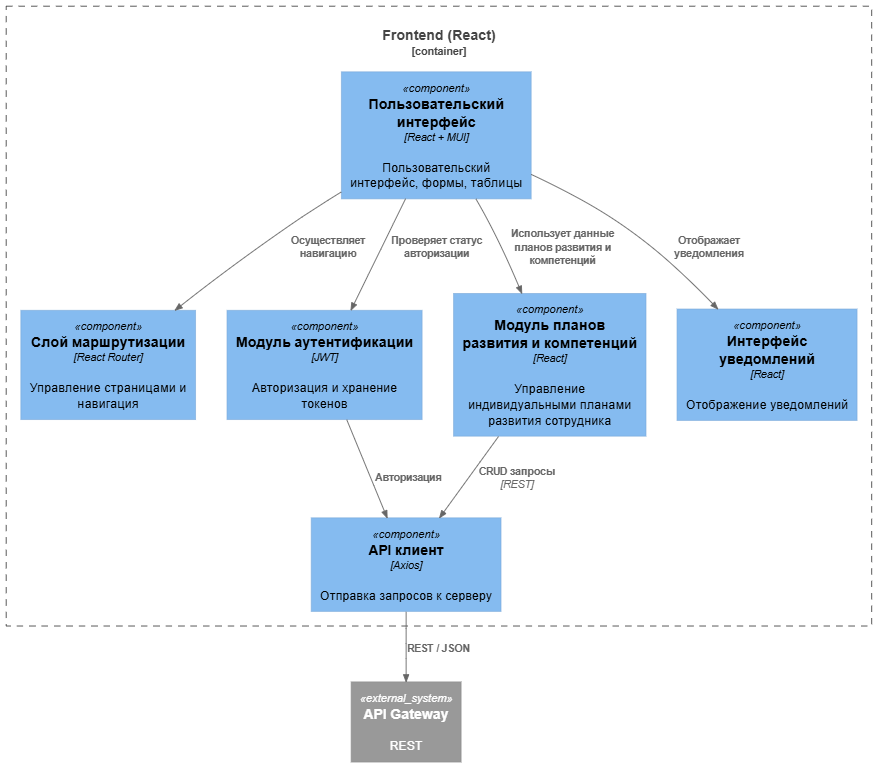
Above: Lab Work №2/docs/component.png in EugenMusihin/egmusikhin-arch-system (PlantUML), before the change. Its source is kept beside it as Lab Work №2/src/component.puml. Source of this version:
```plantuml
@startuml
!includeurl https://raw.githubusercontent.com/plantuml-stdlib/C4-PlantUML/master/C4_Component.puml

Container_Boundary(frontend, "Frontend (React)") {

  Component(ui, "Пользовательский интерфейс", "React + MUI", "Пользовательский интерфейс, формы, таблицы")
  Component(router, "Слой маршрутизации", "React Router", "Управление страницами и навигация")
  Component(authModule, "Модуль аутентификации", "JWT", "Авторизация и хранение токенов")
  Component(planModule, "Модуль планов развития и компетенций", "React", "Управление индивидуальными планами развития сотрудника")
  Component(notificationModule, "Интерфейс уведомлений", "React", "Отображение уведомлений")
  Component(apiClient, "API клиент", "Axios", "Отправка запросов к серверу")
}

System_Ext(apiGateway, "API Gateway", "REST")

Rel(ui, router, "Осуществляет навигацию")
Rel(ui, planModule, "Использует данные планов развития и компетенций")
Rel(ui, authModule, "Проверяет статус авторизации")
Rel(ui, notificationModule, "Отображает уведомления")

Rel(planModule, apiClient, "CRUD запросы", "REST")
Rel(authModule, apiClient, "Авторизация")

Rel(apiClient, apiGateway, "REST / JSON")

@enduml
```
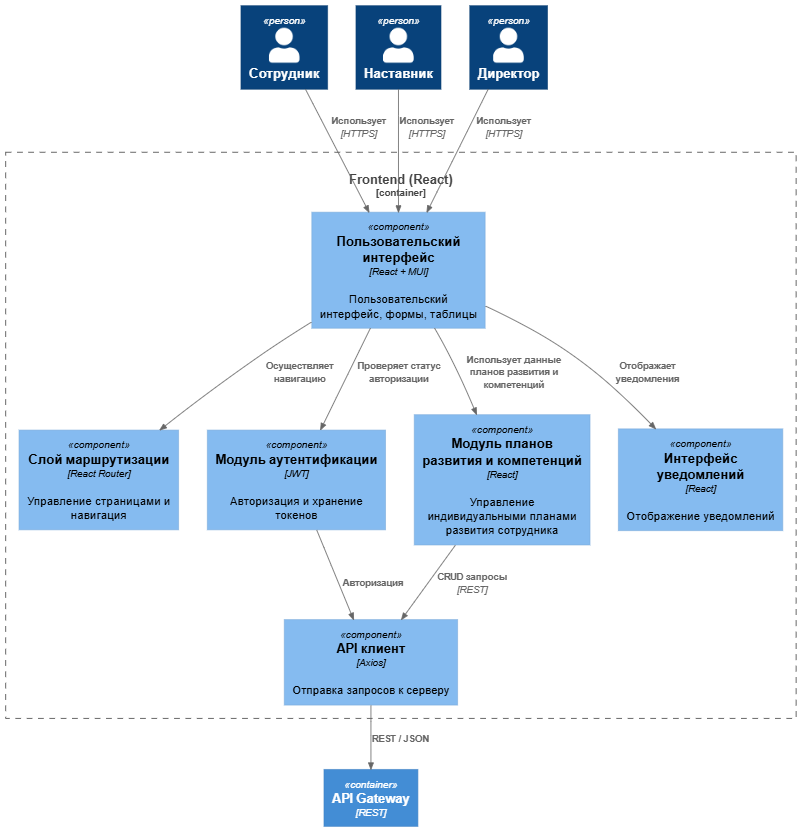
The same file after the commit.

What changed in the source:
```diff
@@ -1,5 +1,8 @@
 @startuml
 !includeurl https://raw.githubusercontent.com/plantuml-stdlib/C4-PlantUML/master/C4_Component.puml
+Person(employee, "Сотрудник")
+Person(mentor, "Наставник")
+Person(director, "Директор")
 
 Container_Boundary(frontend, "Frontend (React)") {
 
@@ -11,8 +14,10 @@
   Component(apiClient, "API клиент", "Axios", "Отправка запросов к серверу")
 }
 
-System_Ext(apiGateway, "API Gateway", "REST")
-
+Container(apiGateway, "API Gateway", "REST")
+Rel(employee, ui, "Использует", "HTTPS")
+Rel(mentor, ui, "Использует", "HTTPS")
+Rel(director, ui, "Использует", "HTTPS")
 Rel(ui, router, "Осуществляет навигацию")
 Rel(ui, planModule, "Использует данные планов развития и компетенций")
 Rel(ui, authModule, "Проверяет статус авторизации")
```
